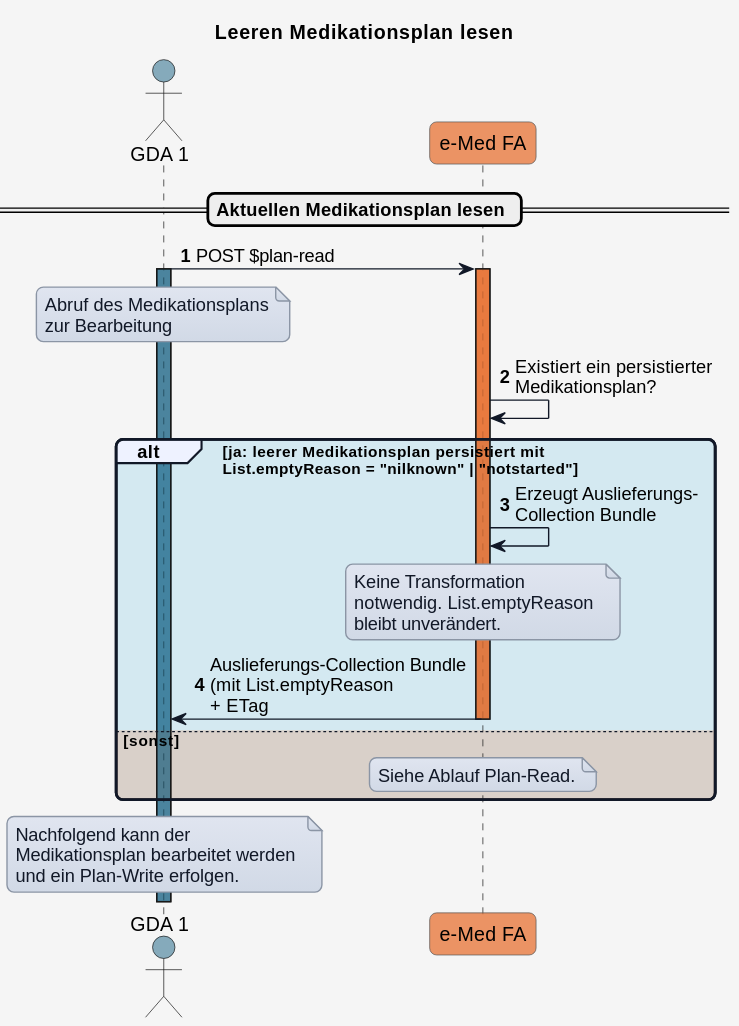
Before: input/images/plantuml/UC_eMed_05_04.svg, a diagram exported from PlantUML (HL7Austria/ELGA-e-Medikation-R4).
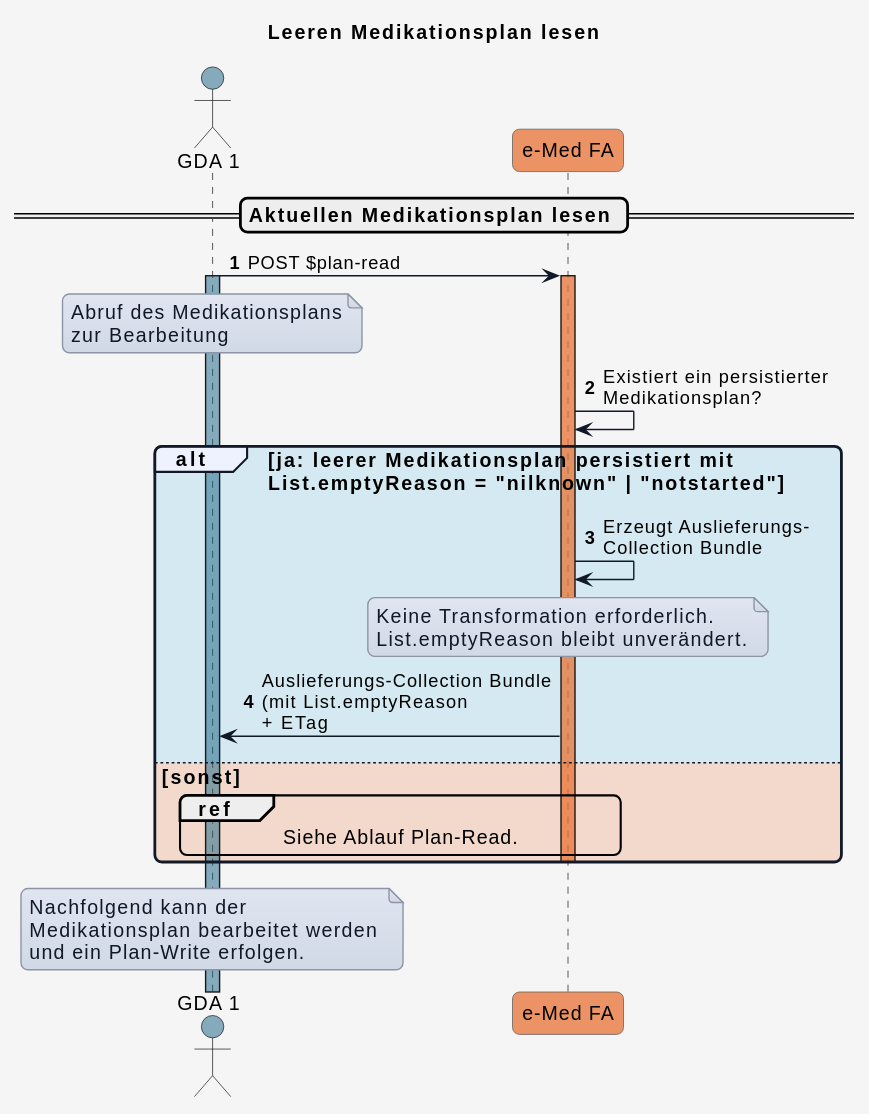
Above is the later version.

Diff of the diagram source:
```diff
@@ -7,6 +7,7 @@
 skinparam shadowing false
 skinparam roundCorner 10
 skinparam defaultFontName "Arial"
+skinparam defaultFontSize 14
 skinparam defaultFontColor #000000
 skinparam HyperlinkColor #0000EE
 skinparam HyperlinkUnderline false
@@ -71,17 +72,18 @@
 
   eMed_FA -> eMed_FA: Erzeugt Auslieferungs-\nCollection Bundle
   note over eMed_FA
-  Keine Transformation
-  notwendig. List.emptyReason
-  bleibt unverändert.
+  Keine Transformation erforderlich.
+  List.emptyReason bleibt unverändert.
   end note
   eMed_FA -> GDA_1: Auslieferungs-Collection Bundle\n(mit List.emptyReason\n+ ETag
 
 
 else COLOR_ERROR sonst
-  note over eMed_FA
+
+  ref over GDA_1,eMed_FA
   Siehe Ablauf Plan-Read.
-  end note
+  end ref
+
   deactivate eMed_FA
 end
 
```
